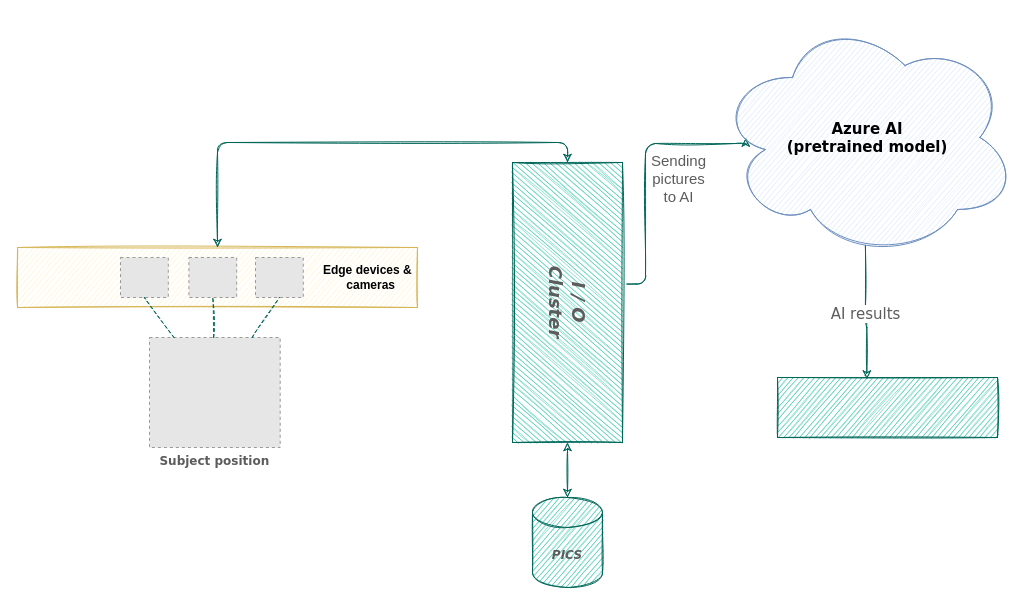
Before: Drawings/Untitled Diagram.drawio in aleksandarm75/GeneralRepo, a draw.io diagram. Source tidied: cells renumbered, new cells numbered last; positions are measured from the earlier drawing's top-left corner, leaving out a move shared by most shapes. Both pictures are drawn from the tidied source at 100%, with x=0, y=0 at pixel (17, 17). Pictures stored in the file or linked from it are replaced by grey dashed boxes.
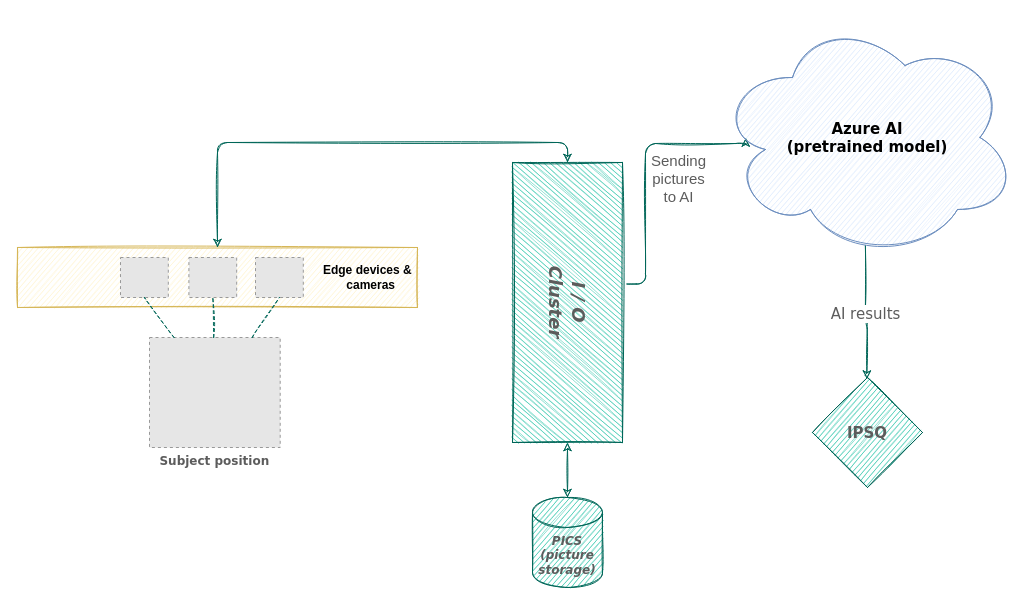
The same diagram, later.

The change refers to these unchanged cells:
```xml
<mxCell id="15" value="&lt;b&gt;&lt;font style=&quot;font-size: 15px&quot;&gt;Azure AI &lt;br&gt;(pretrained model)&lt;/font&gt;&lt;/b&gt;" style="ellipse;shape=cloud;whiteSpace=wrap;html=1;align=center;rounded=0;sketch=1;fontFamily=Verdana;strokeColor=#6c8ebf;fillColor=#dae8fc;" parent="1" vertex="1">
  <mxGeometry x="700" width="300" height="240" as="geometry" />
</mxCell>
```

Diff of the diagram source:
```diff
@@
-    <mxCell id="14" value="AI results" style="edgeStyle=orthogonalEdgeStyle;curved=0;rounded=1;sketch=1;jettySize=auto;html=1;entryX=0.406;entryY=0.027;entryDx=0;entryDy=0;entryPerimeter=0;fontFamily=Verdana;fontSize=15;fontColor=#5C5C5C;startArrow=none;startFill=0;endArrow=classic;endFill=1;strokeColor=#006658;fillColor=#21C0A5;exitX=0.493;exitY=0.95;exitDx=0;exitDy=0;exitPerimeter=0;" parent="1" edge="1" source="15" target="17">
-      <mxGeometry relative="1" as="geometry" />
+    <mxCell id="14" value="AI results" style="edgeStyle=orthogonalEdgeStyle;curved=0;rounded=1;sketch=1;jettySize=auto;html=1;entryX=0.406;entryY=0.027;entryDx=0;entryDy=0;entryPerimeter=0;fontFamily=Verdana;fontSize=15;fontColor=#5C5C5C;startArrow=none;startFill=0;endArrow=classic;endFill=1;strokeColor=#006658;fillColor=#21C0A5;exitX=0.493;exitY=0.95;exitDx=0;exitDy=0;exitPerimeter=0;" parent="1" edge="1" source="15">
+      <mxGeometry relative="1" as="geometry">
+        <mxPoint x="849.3" y="361.6" as="targetPoint" />
+      </mxGeometry>
     </mxCell>
@@
-    <mxCell id="16" value="&lt;b&gt;&lt;i&gt;PICS&lt;/i&gt;&lt;/b&gt;" style="shape=cylinder3;whiteSpace=wrap;html=1;boundedLbl=1;backgroundOutline=1;size=15;rounded=0;sketch=1;fontFamily=Verdana;fontColor=#5C5C5C;strokeColor=#006658;fillColor=#21C0A5;" parent="1" vertex="1">
+    <mxCell id="16" value="&lt;b&gt;&lt;i&gt;PICS (picture storage)&lt;/i&gt;&lt;/b&gt;" style="shape=cylinder3;whiteSpace=wrap;html=1;boundedLbl=1;backgroundOutline=1;size=15;rounded=0;sketch=1;fontFamily=Verdana;fontColor=#5C5C5C;strokeColor=#006658;fillColor=#21C0A5;" parent="1" vertex="1">
       <mxGeometry x="515" y="480" width="70" height="90" as="geometry" />
     </mxCell>
-    <mxCell id="17" style="rounded=0;whiteSpace=wrap;html=1;sketch=1;fontFamily=Verdana;fontSize=15;fontColor=#5C5C5C;strokeColor=#006658;fillColor=#21C0A5;" parent="1" vertex="1">
-      <mxGeometry x="760" y="360" width="220" height="60" as="geometry" />
-    </mxCell>
+    <mxCell id="18" value="&lt;b&gt;&lt;font style=&quot;font-size: 15px&quot;&gt;IPSQ&lt;/font&gt;&lt;/b&gt;" style="rhombus;whiteSpace=wrap;html=1;rounded=0;sketch=1;fontFamily=Verdana;fontSize=13;fontColor=#5C5C5C;strokeColor=#006658;fillColor=#21C0A5;" parent="1" vertex="1">
+      <mxGeometry x="795" y="360" width="110" height="110" as="geometry" />
+    </mxCell>
```
